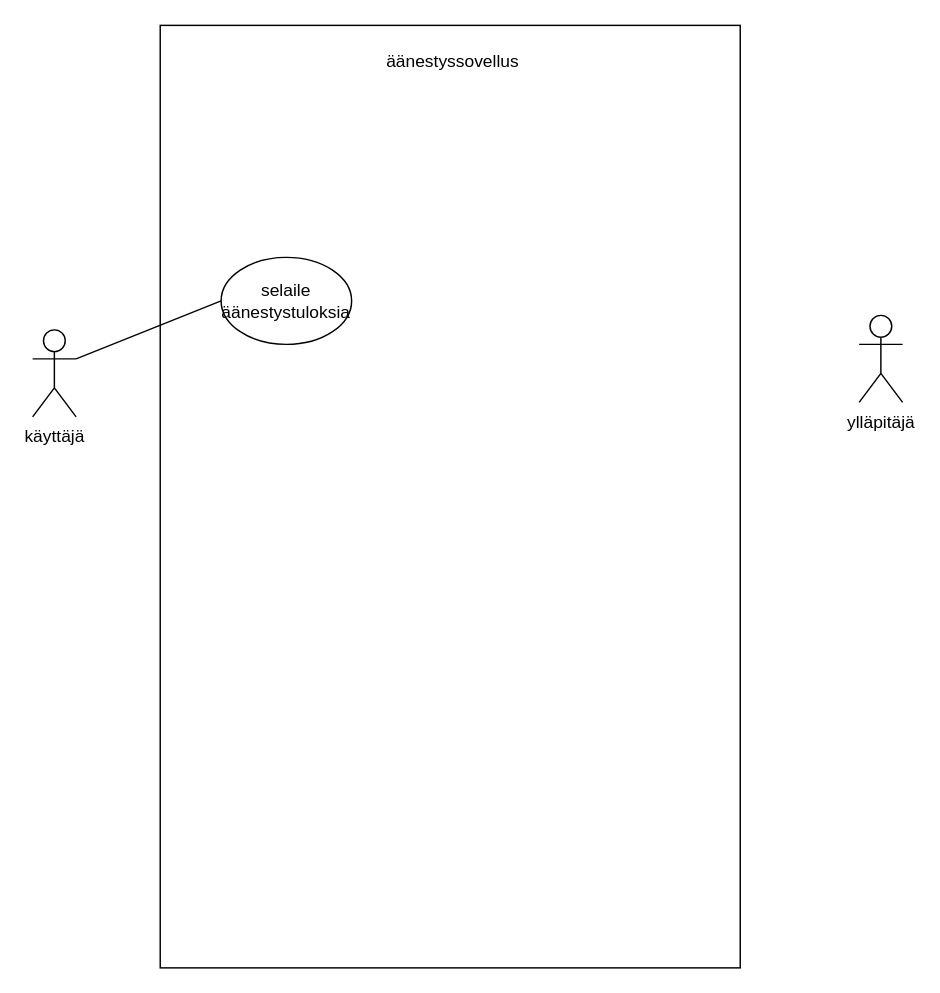
Above: Use Case -kaavio.drawio in JusaTiVi/-662-Use-Case-kaavion-piirtaminen-ja-663-ohjelmiston-toteutus- (draw.io), before the change. Source tidied: cells renumbered, new cells numbered last; positions are measured from the earlier drawing's top-left corner, leaving out a move shared by most shapes. Both pictures are drawn from the tidied source at 145%, with x=0, y=0 at pixel (32, 25).
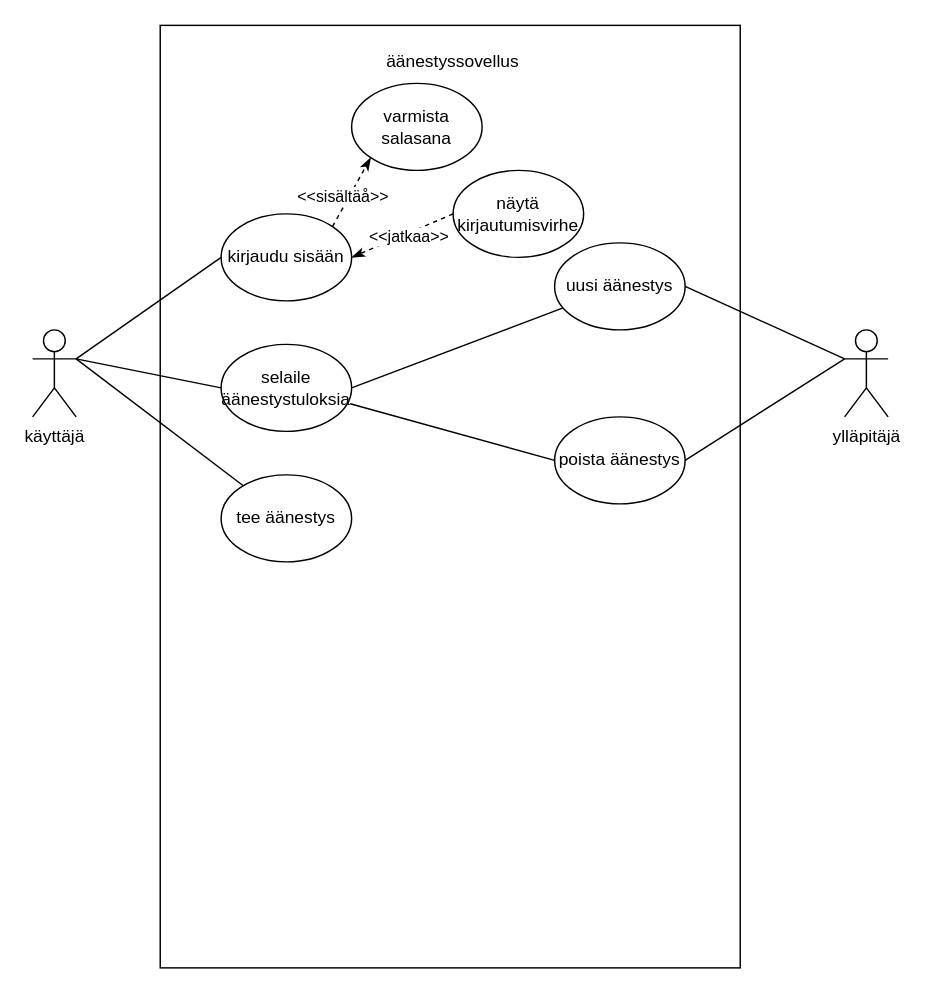
The same diagram, later.

The change refers to these unchanged cells:
```xml
<mxCell id="3" value="käyttäjä" style="shape=umlActor;verticalLabelPosition=bottom;verticalAlign=top;html=1;outlineConnect=0;" parent="1" vertex="1">
  <mxGeometry y="210" width="30" height="60" as="geometry" />
</mxCell>
```

The edit, as a diff of the source:
```diff
@@
-    <mxCell id="2" style="rounded=0;whiteSpace=wrap;html=1;" parent="1" vertex="1">
+    <mxCell id="2" value=" " style="rounded=0;whiteSpace=wrap;html=1;" parent="1" vertex="1">
       <mxGeometry x="88" width="400" height="650" as="geometry" />
     </mxCell>
@@
     <mxCell id="4" value="ylläpitäjä" style="shape=umlActor;verticalLabelPosition=bottom;verticalAlign=top;html=1;outlineConnect=0;" parent="1" vertex="1">
-      <mxGeometry x="570" y="200" width="30" height="60" as="geometry" />
+      <mxGeometry x="560" y="210" width="30" height="60" as="geometry" />
     </mxCell>
@@
     <mxCell id="6" value="selaile äänestystuloksia" style="ellipse;whiteSpace=wrap;html=1;shapeInside=1;" parent="1" vertex="1">
-      <mxGeometry x="130" y="160" width="90" height="60" as="geometry" />
+      <mxGeometry x="130" y="220" width="90" height="60" as="geometry" />
     </mxCell>
@@
+    <mxCell id="8" value="uusi äänestys" style="ellipse;whiteSpace=wrap;html=1;shapeInside=1;" parent="1" vertex="1">
+      <mxGeometry x="360" y="150" width="90" height="60" as="geometry" />
+    </mxCell>
+    <mxCell id="9" value="poista äänestys" style="ellipse;whiteSpace=wrap;html=1;shapeInside=1;" parent="1" vertex="1">
+      <mxGeometry x="360" y="270" width="90" height="60" as="geometry" />
+    </mxCell>
+    <mxCell id="10" style="endArrow=none;html=1;rounded=0;entryX=0;entryY=0.3333333333333333;entryDx=0;entryDy=0;entryPerimeter=0;exitX=1;exitY=0.5;exitDx=0;exitDy=0;" parent="1" edge="1" source="8" target="4">
+      <mxGeometry relative="1" as="geometry" />
+    </mxCell>
+    <mxCell id="11" style="endArrow=none;html=1;rounded=0;entryX=0;entryY=0.3333333333333333;entryDx=0;entryDy=0;entryPerimeter=0;exitX=1;exitY=0.5;exitDx=0;exitDy=0;" parent="1" edge="1" source="9" target="4">
+      <mxGeometry relative="1" as="geometry" />
+    </mxCell>
+    <mxCell id="12" value="kirjaudu sisään" style="ellipse;whiteSpace=wrap;html=1;shapeInside=1;" parent="1" vertex="1">
+      <mxGeometry x="130" y="130" width="90" height="60" as="geometry" />
+    </mxCell>
+    <mxCell id="13" style="endArrow=none;html=1;rounded=0;exitX=1;exitY=0.3333333333333333;exitDx=0;exitDy=0;exitPerimeter=0;entryX=0;entryY=0.5;entryDx=0;entryDy=0;" parent="1" edge="1" source="3" target="12">
+      <mxGeometry relative="1" as="geometry" />
+    </mxCell>
+    <mxCell id="14" value="varmista salasana" style="ellipse;whiteSpace=wrap;html=1;shapeInside=1;" parent="1" vertex="1">
+      <mxGeometry x="220" y="40" width="90" height="60" as="geometry" />
+    </mxCell>
+    <mxCell id="15" value="&lt;div&gt;näytä kirjautumisvirhe&lt;/div&gt;" style="ellipse;whiteSpace=wrap;html=1;shapeInside=1;" parent="1" vertex="1">
+      <mxGeometry x="290" y="100" width="90" height="60" as="geometry" />
+    </mxCell>
+    <mxCell id="16" style="endArrow=classicThin;dashed=1;html=1;rounded=0;endFill=1;" parent="1" edge="1">
+      <mxGeometry relative="1" as="geometry">
+        <mxPoint x="300" y="280" as="sourcePoint" />
+        <mxPoint x="300" y="280" as="targetPoint" />
+      </mxGeometry>
+    </mxCell>
+    <mxCell id="17" style="endArrow=classicThin;dashed=1;html=1;rounded=0;endFill=1;entryX=0;entryY=1;entryDx=0;entryDy=0;exitX=1;exitY=0;exitDx=0;exitDy=0;" parent="1" edge="1" source="12" target="14">
+      <mxGeometry relative="1" as="geometry" />
+    </mxCell>
+    <mxCell id="18" value="&amp;lt;&amp;lt;sisältäå&amp;gt;&amp;gt;" style="edgeLabel;html=1;align=center;verticalAlign=middle;" parent="17" vertex="1">
+      <mxGeometry x="-0.19" y="4" relative="1" as="geometry" />
+    </mxCell>
+    <mxCell id="19" style="endArrow=classicThin;dashed=1;html=1;rounded=0;endFill=1;entryX=1;entryY=0.5;entryDx=0;entryDy=0;exitX=0;exitY=0.5;exitDx=0;exitDy=0;" parent="1" edge="1" source="15" target="12">
+      <mxGeometry relative="1" as="geometry" />
+    </mxCell>
+    <mxCell id="20" value="&amp;lt;&amp;lt;jatkaa&amp;gt;&amp;gt;&amp;nbsp;" style="edgeLabel;html=1;align=center;verticalAlign=middle;" parent="19" vertex="1">
+      <mxGeometry x="-0.12" y="2" relative="1" as="geometry">
+        <mxPoint x="1" as="offset" />
+      </mxGeometry>
+    </mxCell>
+    <mxCell id="21" style="endArrow=none;html=1;rounded=0;exitX=1;exitY=0.5;exitDx=0;exitDy=0;" parent="1" edge="1" source="6" target="8">
+      <mxGeometry relative="1" as="geometry" />
+    </mxCell>
+    <mxCell id="22" style="endArrow=none;html=1;rounded=0;entryX=0;entryY=0.5;entryDx=0;entryDy=0;exitX=0.989;exitY=0.683;exitDx=0;exitDy=0;exitPerimeter=0;" parent="1" edge="1" source="6" target="9">
+      <mxGeometry relative="1" as="geometry" />
+    </mxCell>
+    <mxCell id="23" value="tee äänestys" style="ellipse;whiteSpace=wrap;html=1;shapeInside=1;" parent="1" vertex="1">
+      <mxGeometry x="130" y="310" width="90" height="60" as="geometry" />
+    </mxCell>
+    <mxCell id="24" style="endArrow=none;html=1;rounded=0;exitX=1;exitY=0.3333333333333333;exitDx=0;exitDy=0;exitPerimeter=0;" parent="1" edge="1" source="3" target="23">
+      <mxGeometry relative="1" as="geometry" />
+    </mxCell>
```
